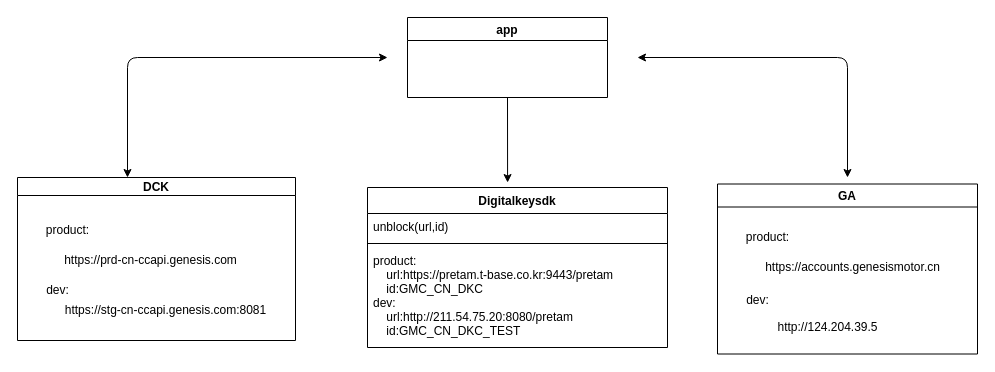
The draw.io diagram Untitled Diagram.drawio in zouxinqi/git-practice, before the edit. Source tidied: cells renumbered, new cells numbered last; positions are measured from the earlier drawing's top-left corner, leaving out a move shared by most shapes. Both pictures are drawn from the tidied source at 100%, with x=0, y=0 at pixel (17, 17).
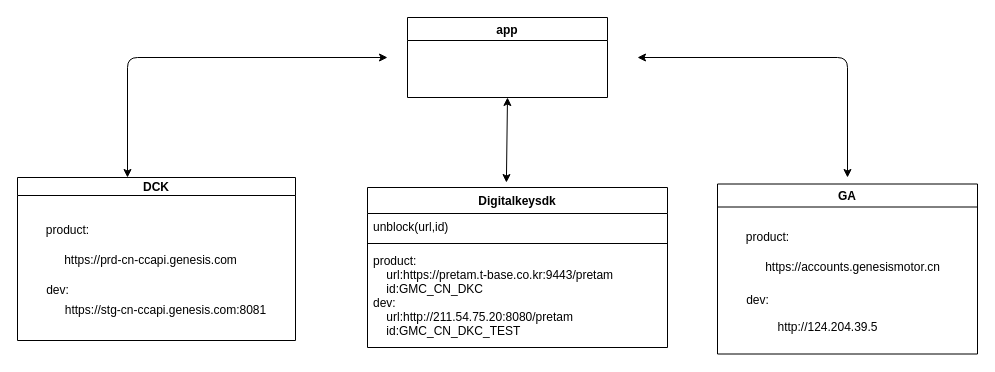
The same diagram, later.

Unchanged cells that the change refers to:
```xml
<mxCell id="2" value="app" style="swimlane;" parent="1" vertex="1">
  <mxGeometry x="390" width="200" height="80" as="geometry" />
</mxCell>
<mxCell id="15" value="Digitalkeysdk" style="swimlane;fontStyle=1;align=center;verticalAlign=top;horizontal=1;startSize=26;" parent="1" vertex="1">
  <mxGeometry x="350" y="170" width="300" height="160" as="geometry" />
</mxCell>
```

What changed in the source:
```diff
@@
-    <mxCell id="19" style="endArrow=classic;html=1;exitX=0.5;exitY=1;exitDx=0;exitDy=0;entryX=0.467;entryY=-0.031;entryDx=0;entryDy=0;entryPerimeter=0;" parent="1" edge="1" source="2" target="15">
-      <mxGeometry relative="1" as="geometry" />
-    </mxCell>
+    <mxCell id="20" style="endArrow=classic;startArrow=classic;html=1;entryX=0.5;entryY=1;entryDx=0;entryDy=0;exitX=0.463;exitY=-0.031;exitDx=0;exitDy=0;exitPerimeter=0;" parent="1" edge="1" source="15" target="2">
+      <mxGeometry relative="1" as="geometry" />
+    </mxCell>
```
